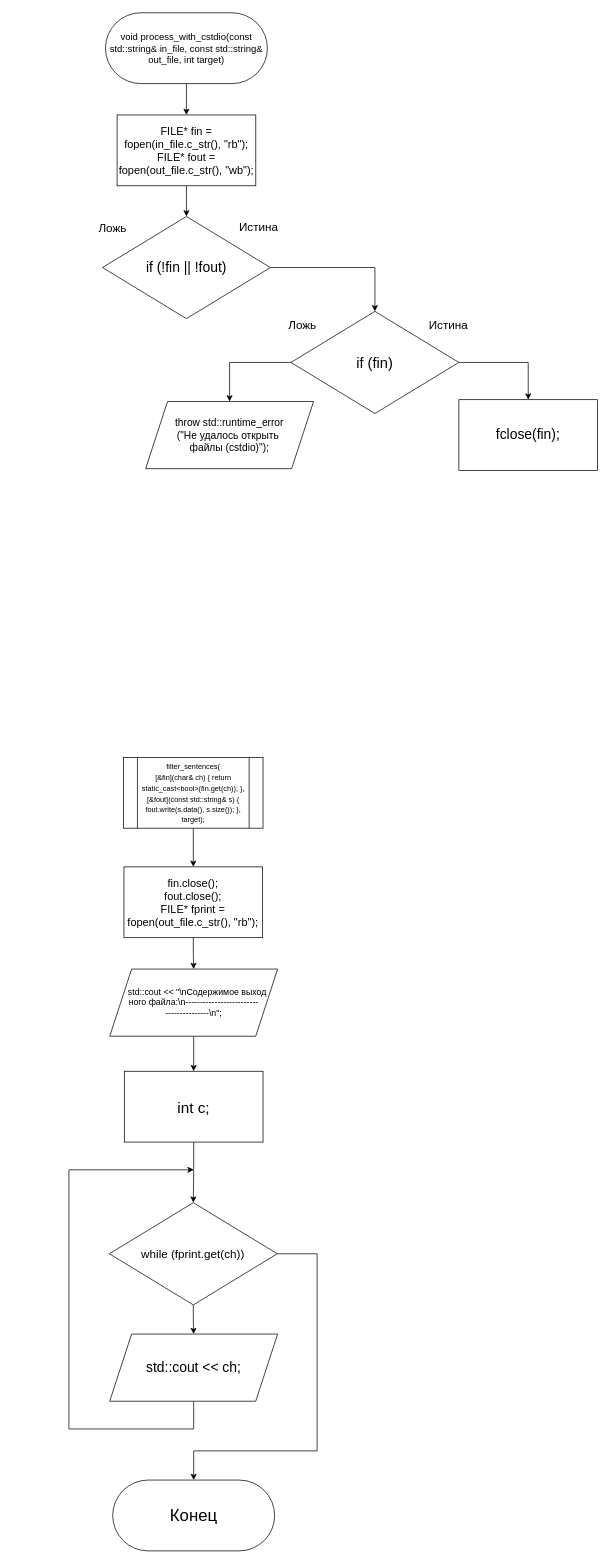
kravecila28-ops/Block-diagram_templates keeps this draw.io diagram as LAB8_process_with_cstdio.drawio. Above is the earlier version. Source tidied: cells renumbered, new cells numbered last; positions are measured from the earlier drawing's top-left corner, leaving out a move shared by most shapes. Both pictures are drawn from the tidied source at 73%, with x=0, y=0 at pixel (69, 12).
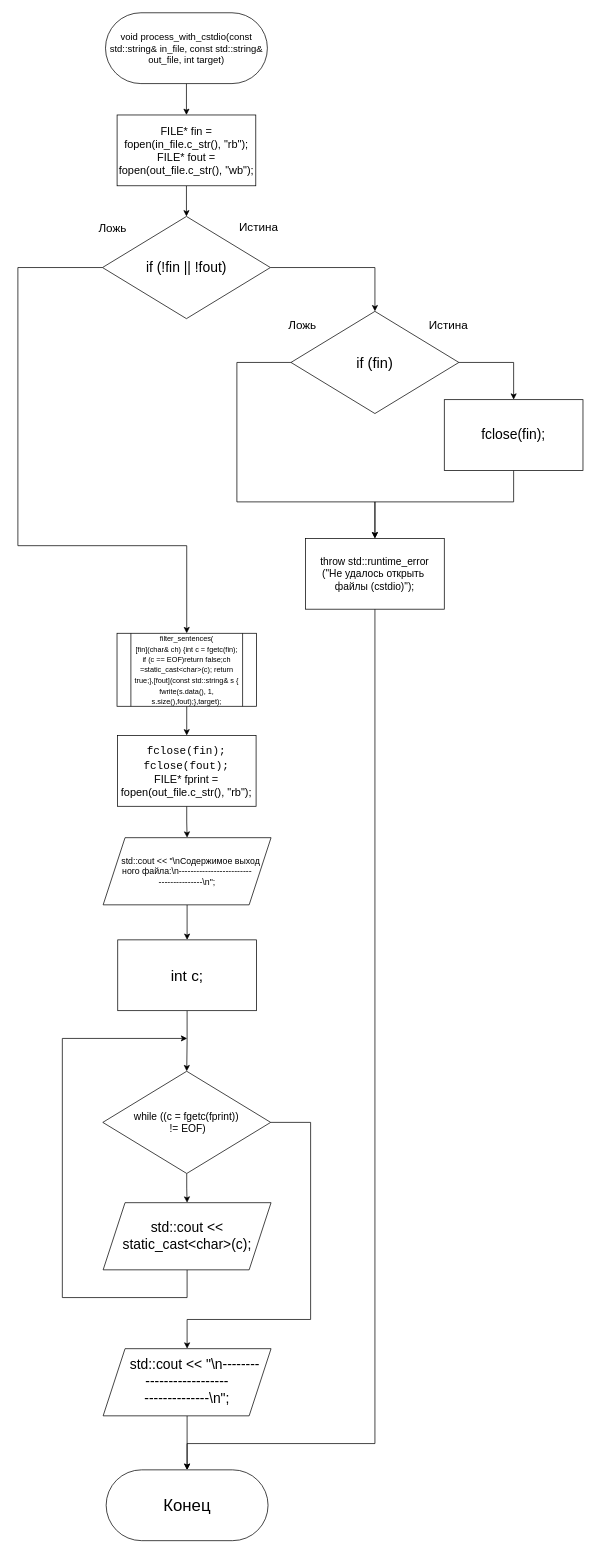
After the change.

Unchanged cells that the change refers to:
```xml
<mxCell id="3" value="&lt;span style=&quot;font-size: 13px;&quot;&gt;void process_with_cstdio(const std::string&amp;amp; in_file, const std::string&amp;amp; out_file, int target)&lt;/span&gt;" style="rounded=1;whiteSpace=wrap;html=1;arcSize=50;labelBackgroundColor=none;" parent="1" vertex="1">
  <mxGeometry x="50" width="221.8" height="97" as="geometry" />
</mxCell>
<mxCell id="5" value="&lt;div&gt;&lt;span style=&quot;font-size: 15px;&quot;&gt;FILE* fin = fopen(in_file.c_str(), &quot;rb&quot;);&lt;/span&gt;&lt;/div&gt;&lt;div&gt;&lt;span style=&quot;font-size: 15px;&quot;&gt;FILE* fout = fopen(out_file.c_str(), &quot;wb&quot;);&lt;/span&gt;&lt;/div&gt;" style="rounded=0;whiteSpace=wrap;html=1;labelBackgroundColor=none;" parent="1" vertex="1">
  <mxGeometry x="65.9" y="140" width="190" height="97" as="geometry" />
</mxCell>
<mxCell id="22" value="&lt;font style=&quot;font-size: 19px;&quot;&gt;if (!fin || !fout)&lt;/font&gt;" style="rhombus;whiteSpace=wrap;html=1;labelBackgroundColor=none;" parent="1" vertex="1">
  <mxGeometry x="45.9" y="279" width="230" height="140" as="geometry" />
</mxCell>
<mxCell id="27" value="&lt;font style=&quot;font-size: 20px;&quot;&gt;if (fin)&lt;/font&gt;" style="rhombus;whiteSpace=wrap;html=1;labelBackgroundColor=none;" parent="1" vertex="1">
  <mxGeometry x="304.1" y="409" width="230" height="140" as="geometry" />
</mxCell>
```

Change to the diagram source:
```diff
@@
-    <mxCell id="2" style="edgeStyle=orthogonalEdgeStyle;rounded=0;jettySize=auto;html=1;exitX=0.5;exitY=1;exitDx=0;exitDy=0;entryX=0.5;entryY=0;entryDx=0;entryDy=0;" parent="1" edge="1" source="3" target="5">
+    <mxCell id="2" style="edgeStyle=orthogonalEdgeStyle;rounded=0;jettySize=auto;html=1;exitX=0.5;exitY=1;exitDx=0;exitDy=0;entryX=0.5;entryY=0;entryDx=0;entryDy=0;labelBackgroundColor=none;fontColor=default;" parent="1" edge="1" source="3" target="5">
       <mxGeometry relative="1" as="geometry" />
     </mxCell>
@@
-    <mxCell id="4" style="edgeStyle=orthogonalEdgeStyle;rounded=0;jettySize=auto;html=1;exitX=0.5;exitY=1;exitDx=0;exitDy=0;entryX=0.5;entryY=0;entryDx=0;entryDy=0;" parent="1" edge="1" source="5" target="22">
+    <mxCell id="4" style="edgeStyle=orthogonalEdgeStyle;rounded=0;jettySize=auto;html=1;exitX=0.5;exitY=1;exitDx=0;exitDy=0;entryX=0.5;entryY=0;entryDx=0;entryDy=0;labelBackgroundColor=none;fontColor=default;" parent="1" edge="1" source="5" target="22">
       <mxGeometry relative="1" as="geometry" />
     </mxCell>
@@
-    <mxCell id="6" value="&lt;font style=&quot;font-size: 14px;&quot;&gt;throw std::runtime_error&lt;/font&gt;&lt;div&gt;&lt;font style=&quot;font-size: 14px;&quot;&gt;(&quot;Не удалось открыть&amp;nbsp;&lt;/font&gt;&lt;/div&gt;&lt;div&gt;&lt;font style=&quot;font-size: 14px;&quot;&gt;файлы (cstdio)&quot;);&lt;/font&gt;&lt;/div&gt;" style="shape=parallelogram;perimeter=parallelogramPerimeter;whiteSpace=wrap;html=1;fixedSize=1;labelBackgroundColor=none;size=30;" parent="1" vertex="1">
-      <mxGeometry x="105" y="532.5" width="230" height="92" as="geometry" />
-    </mxCell>
-    <mxCell id="7" style="edgeStyle=orthogonalEdgeStyle;rounded=0;jettySize=auto;html=1;exitX=0.5;exitY=1;exitDx=0;exitDy=0;entryX=0.5;entryY=0;entryDx=0;entryDy=0;" parent="1" edge="1" source="8" target="10">
+    <mxCell id="7" style="edgeStyle=orthogonalEdgeStyle;rounded=0;jettySize=auto;html=1;exitX=0.5;exitY=1;exitDx=0;exitDy=0;entryX=0.5;entryY=0;entryDx=0;entryDy=0;labelBackgroundColor=none;fontColor=default;" parent="1" edge="1" source="8" target="10">
       <mxGeometry relative="1" as="geometry" />
     </mxCell>
-    <mxCell id="8" value="&lt;div&gt;&lt;font style=&quot;font-size: 10px;&quot;&gt;filter_sentences(&lt;/font&gt;&lt;/div&gt;&lt;div&gt;&lt;font style=&quot;font-size: 10px;&quot;&gt;[&amp;amp;fin](char&amp;amp; ch) { return static_cast&amp;lt;bool&amp;gt;(fin.get(ch)); },&lt;/font&gt;&lt;/div&gt;&lt;div&gt;&lt;font style=&quot;font-size: 10px;&quot;&gt;[&amp;amp;fout](const std::string&amp;amp; s) { fout.write(s.data(), s.size()); },&lt;/font&gt;&lt;/div&gt;&lt;div&gt;&lt;font style=&quot;font-size: 10px;&quot;&gt;target);&lt;/font&gt;&lt;/div&gt;" style="shape=process;whiteSpace=wrap;html=1;backgroundOutline=1;" parent="1" vertex="1">
-      <mxGeometry x="74.8" y="1020" width="191" height="97" as="geometry" />
+    <mxCell id="8" value="&lt;div&gt;&lt;font style=&quot;font-size: 10px;&quot;&gt;filter_sentences(&lt;/font&gt;&lt;/div&gt;&lt;div&gt;&lt;font style=&quot;font-size: 10px;&quot;&gt;[fin](char&amp;amp; ch) {int c = fgetc(fin);&lt;/font&gt;&lt;/div&gt;&lt;div&gt;&lt;font style=&quot;font-size: 10px;&quot;&gt;&lt;font style=&quot;&quot;&gt;if (c == EOF)return false;ch =static_cast&amp;lt;char&amp;gt;(c);&amp;nbsp;&lt;span style=&quot;background-color: transparent; color: light-dark(rgb(0, 0, 0), rgb(255, 255, 255));&quot;&gt;return true;},[fout](const std::string&amp;amp; s&amp;nbsp;&lt;/span&gt;&lt;/font&gt;&lt;span style=&quot;background-color: transparent; color: light-dark(rgb(0, 0, 0), rgb(255, 255, 255));&quot;&gt;{ fwrite(s.data(), 1, s.size(),fout);},&lt;/span&gt;&lt;span style=&quot;background-color: transparent; color: light-dark(rgb(0, 0, 0), rgb(255, 255, 255));&quot;&gt;target);&lt;/span&gt;&lt;/font&gt;&lt;/div&gt;" style="shape=process;whiteSpace=wrap;html=1;backgroundOutline=1;labelBackgroundColor=none;" parent="1" vertex="1">
+      <mxGeometry x="65.8" y="850" width="191" height="100" as="geometry" />
     </mxCell>
-    <mxCell id="9" style="edgeStyle=orthogonalEdgeStyle;rounded=0;jettySize=auto;html=1;exitX=0.5;exitY=1;exitDx=0;exitDy=0;entryX=0.5;entryY=0;entryDx=0;entryDy=0;" parent="1" edge="1" source="10" target="12">
+    <mxCell id="9" style="edgeStyle=orthogonalEdgeStyle;rounded=0;jettySize=auto;html=1;exitX=0.5;exitY=1;exitDx=0;exitDy=0;entryX=0.5;entryY=0;entryDx=0;entryDy=0;labelBackgroundColor=none;fontColor=default;" parent="1" edge="1" source="10" target="12">
       <mxGeometry relative="1" as="geometry" />
     </mxCell>
-    <mxCell id="10" value="&lt;div&gt;&lt;font style=&quot;font-size: 15px;&quot;&gt;fin.close();&lt;/font&gt;&lt;/div&gt;&lt;div&gt;&lt;font style=&quot;font-size: 15px;&quot;&gt;fout.close();&lt;/font&gt;&lt;/div&gt;&lt;div&gt;&lt;span style=&quot;font-size: 15px;&quot;&gt;FILE* fprint = fopen(out_file.c_str(), &quot;rb&quot;);&lt;/span&gt;&lt;/div&gt;" style="rounded=0;whiteSpace=wrap;html=1;labelBackgroundColor=none;" parent="1" vertex="1">
-      <mxGeometry x="75.3" y="1170" width="190" height="97" as="geometry" />
+    <mxCell id="10" value="&lt;div&gt;&lt;font style=&quot;font-size: 15px;&quot; face=&quot;Helvetica&quot;&gt;&lt;code style=&quot;background-color: transparent; color: light-dark(rgb(0, 0, 0), rgb(255, 255, 255));&quot;&gt;fclose(fin);&lt;/code&gt;&lt;span style=&quot;background-color: transparent; color: light-dark(rgb(0, 0, 0), rgb(255, 255, 255));&quot;&gt;&lt;br&gt;&lt;/span&gt;&lt;code style=&quot;background-color: transparent; color: light-dark(rgb(0, 0, 0), rgb(255, 255, 255));&quot;&gt;fclose(fout);&lt;/code&gt;&lt;/font&gt;&lt;/div&gt;&lt;div&gt;&lt;span style=&quot;font-size: 15px; background-color: transparent; color: light-dark(rgb(0, 0, 0), rgb(255, 255, 255));&quot;&gt;FILE* fprint = fopen(out_file.c_str(), &quot;rb&quot;);&lt;/span&gt;&lt;/div&gt;" style="rounded=0;whiteSpace=wrap;html=1;labelBackgroundColor=none;" parent="1" vertex="1">
+      <mxGeometry x="66.3" y="990" width="190" height="97" as="geometry" />
     </mxCell>
-    <mxCell id="11" style="edgeStyle=orthogonalEdgeStyle;rounded=0;jettySize=auto;html=1;exitX=0.5;exitY=1;exitDx=0;exitDy=0;entryX=0.5;entryY=0;entryDx=0;entryDy=0;" parent="1" edge="1" source="12" target="14">
+    <mxCell id="11" style="edgeStyle=orthogonalEdgeStyle;rounded=0;jettySize=auto;html=1;exitX=0.5;exitY=1;exitDx=0;exitDy=0;entryX=0.5;entryY=0;entryDx=0;entryDy=0;labelBackgroundColor=none;fontColor=default;" parent="1" edge="1" source="12" target="14">
       <mxGeometry relative="1" as="geometry" />
     </mxCell>
     <mxCell id="12" value="&amp;nbsp; &amp;nbsp;std::cout &amp;lt;&amp;lt; &quot;\nСодержимое выход&lt;div&gt;ного файла:\n-------------------------&lt;/div&gt;&lt;div&gt;---------------\n&quot;;&lt;/div&gt;" style="shape=parallelogram;perimeter=parallelogramPerimeter;whiteSpace=wrap;html=1;fixedSize=1;labelBackgroundColor=none;size=30;" parent="1" vertex="1">
-      <mxGeometry x="55.8" y="1310" width="230" height="92" as="geometry" />
+      <mxGeometry x="46.8" y="1130" width="230" height="92" as="geometry" />
     </mxCell>
-    <mxCell id="13" style="edgeStyle=orthogonalEdgeStyle;rounded=0;jettySize=auto;html=1;exitX=0.5;exitY=1;exitDx=0;exitDy=0;entryX=0.5;entryY=0;entryDx=0;entryDy=0;" parent="1" edge="1" source="14" target="17">
+    <mxCell id="13" style="edgeStyle=orthogonalEdgeStyle;rounded=0;jettySize=auto;html=1;exitX=0.5;exitY=1;exitDx=0;exitDy=0;entryX=0.5;entryY=0;entryDx=0;entryDy=0;labelBackgroundColor=none;fontColor=default;" parent="1" edge="1" source="14" target="17">
       <mxGeometry relative="1" as="geometry" />
     </mxCell>
     <mxCell id="14" value="&lt;font style=&quot;font-size: 21px;&quot;&gt;int c;&lt;/font&gt;" style="rounded=0;whiteSpace=wrap;html=1;labelBackgroundColor=none;" parent="1" vertex="1">
-      <mxGeometry x="75.8" y="1450" width="190" height="97" as="geometry" />
+      <mxGeometry x="66.8" y="1270" width="190" height="97" as="geometry" />
     </mxCell>
-    <mxCell id="15" style="edgeStyle=orthogonalEdgeStyle;rounded=0;jettySize=auto;html=1;exitX=0.5;exitY=1;exitDx=0;exitDy=0;entryX=0.5;entryY=0;entryDx=0;entryDy=0;" parent="1" edge="1" source="17" target="19">
+    <mxCell id="15" style="edgeStyle=orthogonalEdgeStyle;rounded=0;jettySize=auto;html=1;exitX=0.5;exitY=1;exitDx=0;exitDy=0;entryX=0.5;entryY=0;entryDx=0;entryDy=0;labelBackgroundColor=none;fontColor=default;" parent="1" edge="1" source="17" target="19">
       <mxGeometry relative="1" as="geometry" />
     </mxCell>
-    <mxCell id="16" style="edgeStyle=orthogonalEdgeStyle;rounded=0;jettySize=auto;html=1;exitX=1;exitY=0.5;exitDx=0;exitDy=0;entryX=0.5;entryY=0;entryDx=0;entryDy=0;" parent="1" edge="1" source="17" target="20">
+    <mxCell id="16" style="edgeStyle=orthogonalEdgeStyle;rounded=0;jettySize=auto;html=1;exitX=1;exitY=0.5;exitDx=0;exitDy=0;entryX=0.5;entryY=0;entryDx=0;entryDy=0;labelBackgroundColor=none;fontColor=default;" parent="1" edge="1" source="17" target="34">
       <mxGeometry relative="1" as="geometry">
         <Array as="points">
-          <mxPoint x="339.9" y="1700" />
-          <mxPoint x="339.9" y="1970" />
-          <mxPoint x="170.9" y="1970" />
+          <mxPoint x="331" y="1520" />
+          <mxPoint x="331" y="1790" />
+          <mxPoint x="161" y="1790" />
         </Array>
       </mxGeometry>
     </mxCell>
-    <mxCell id="17" value="&lt;span style=&quot;font-size: 16px;&quot;&gt;while (fprint.get(ch))&lt;/span&gt;" style="rhombus;whiteSpace=wrap;html=1;labelBackgroundColor=none;" parent="1" vertex="1">
-      <mxGeometry x="55.3" y="1630" width="230" height="140" as="geometry" />
+    <mxCell id="17" value="&lt;font style=&quot;font-size: 14px;&quot;&gt;while ((c = fgetc(fprint))&lt;/font&gt;&lt;div&gt;&lt;font style=&quot;font-size: 14px;&quot;&gt;&amp;nbsp;!= EOF)&lt;/font&gt;&lt;/div&gt;" style="rhombus;whiteSpace=wrap;html=1;labelBackgroundColor=none;" parent="1" vertex="1">
+      <mxGeometry x="46.3" y="1450" width="230" height="140" as="geometry" />
     </mxCell>
-    <mxCell id="18" style="edgeStyle=orthogonalEdgeStyle;rounded=0;jettySize=auto;html=1;exitX=0.5;exitY=1;exitDx=0;exitDy=0;entryX=0;entryY=0.5;entryDx=0;entryDy=0;" parent="1" edge="1" source="19">
+    <mxCell id="18" style="edgeStyle=orthogonalEdgeStyle;rounded=0;jettySize=auto;html=1;exitX=0.5;exitY=1;exitDx=0;exitDy=0;entryX=0;entryY=0.5;entryDx=0;entryDy=0;labelBackgroundColor=none;fontColor=default;" parent="1" edge="1" source="19">
       <mxGeometry relative="1" as="geometry">
-        <mxPoint x="170.9" y="1585" as="targetPoint" />
+        <mxPoint x="161.9" y="1405" as="targetPoint" />
         <Array as="points">
-          <mxPoint x="170.9" y="1940" />
-          <mxPoint x="-0.1" y="1940" />
-          <mxPoint x="-0.1" y="1585" />
+          <mxPoint x="161.9" y="1760" />
+          <mxPoint x="-9.1" y="1760" />
+          <mxPoint x="-9.1" y="1405" />
         </Array>
       </mxGeometry>
     </mxCell>
-    <mxCell id="19" value="&lt;font style=&quot;font-size: 19px;&quot;&gt;std::cout &amp;lt;&amp;lt; ch;&lt;/font&gt;" style="shape=parallelogram;perimeter=parallelogramPerimeter;whiteSpace=wrap;html=1;fixedSize=1;labelBackgroundColor=none;size=30;" parent="1" vertex="1">
-      <mxGeometry x="55.8" y="1810" width="230" height="92" as="geometry" />
+    <mxCell id="19" value="&lt;span style=&quot;font-size: 19px;&quot;&gt;std::cout &amp;lt;&amp;lt; static_cast&amp;lt;char&amp;gt;(c);&lt;/span&gt;" style="shape=parallelogram;perimeter=parallelogramPerimeter;whiteSpace=wrap;html=1;fixedSize=1;labelBackgroundColor=none;size=30;" parent="1" vertex="1">
+      <mxGeometry x="46.8" y="1630" width="230" height="92" as="geometry" />
     </mxCell>
-    <mxCell id="20" value="&lt;font style=&quot;font-size: 23px;&quot;&gt;Конец&lt;/font&gt;" style="rounded=1;whiteSpace=wrap;html=1;arcSize=50;labelBackgroundColor=none;" parent="1" vertex="1">
-      <mxGeometry x="59.9" y="2010" width="221.8" height="97" as="geometry" />
-    </mxCell>
-    <mxCell id="21" style="edgeStyle=orthogonalEdgeStyle;rounded=0;jettySize=auto;html=1;exitX=1;exitY=0.5;exitDx=0;exitDy=0;entryX=0.5;entryY=0;entryDx=0;entryDy=0;" parent="1" edge="1" source="22" target="27">
+    <mxCell id="21" style="edgeStyle=orthogonalEdgeStyle;rounded=0;jettySize=auto;html=1;exitX=1;exitY=0.5;exitDx=0;exitDy=0;entryX=0.5;entryY=0;entryDx=0;entryDy=0;labelBackgroundColor=none;fontColor=default;" parent="1" edge="1" source="22" target="27">
       <mxGeometry relative="1" as="geometry" />
     </mxCell>
+    <mxCell id="31" style="edgeStyle=orthogonalEdgeStyle;rounded=0;jettySize=auto;html=1;exitX=0;exitY=0.5;exitDx=0;exitDy=0;entryX=0.5;entryY=0;entryDx=0;entryDy=0;labelBackgroundColor=none;fontColor=default;" parent="1" edge="1" source="22" target="8">
+      <mxGeometry relative="1" as="geometry">
+        <Array as="points">
+          <mxPoint x="-70" y="349" />
+          <mxPoint x="-70" y="730" />
+          <mxPoint x="161" y="730" />
+        </Array>
+      </mxGeometry>
+    </mxCell>
@@
-    <mxCell id="25" style="edgeStyle=orthogonalEdgeStyle;rounded=0;jettySize=auto;html=1;exitX=1;exitY=0.5;exitDx=0;exitDy=0;entryX=0.5;entryY=0;entryDx=0;entryDy=0;" parent="1" edge="1" source="27" target="30">
+    <mxCell id="25" style="edgeStyle=orthogonalEdgeStyle;rounded=0;jettySize=auto;html=1;exitX=1;exitY=0.5;exitDx=0;exitDy=0;entryX=0.5;entryY=0;entryDx=0;entryDy=0;labelBackgroundColor=none;fontColor=default;" parent="1" edge="1" source="27" target="30">
       <mxGeometry relative="1" as="geometry" />
     </mxCell>
-    <mxCell id="26" style="edgeStyle=orthogonalEdgeStyle;rounded=0;jettySize=auto;html=1;exitX=0;exitY=0.5;exitDx=0;exitDy=0;entryX=0.5;entryY=0;entryDx=0;entryDy=0;" parent="1" edge="1" source="27" target="6">
-      <mxGeometry relative="1" as="geometry" />
+    <mxCell id="26" style="edgeStyle=orthogonalEdgeStyle;rounded=0;jettySize=auto;html=1;exitX=0;exitY=0.5;exitDx=0;exitDy=0;entryX=0.5;entryY=0;entryDx=0;entryDy=0;labelBackgroundColor=none;fontColor=default;" parent="1" edge="1" source="27" target="6">
+      <mxGeometry relative="1" as="geometry">
+        <Array as="points">
+          <mxPoint x="230" y="479" />
+          <mxPoint x="230" y="670" />
+          <mxPoint x="419" y="670" />
+        </Array>
+      </mxGeometry>
     </mxCell>
@@
+    <mxCell id="32" style="edgeStyle=orthogonalEdgeStyle;rounded=0;jettySize=auto;html=1;exitX=0.5;exitY=1;exitDx=0;exitDy=0;entryX=0.5;entryY=0;entryDx=0;entryDy=0;" parent="1" edge="1" source="30" target="6">
+      <mxGeometry relative="1" as="geometry">
+        <Array as="points">
+          <mxPoint x="609" y="670" />
+          <mxPoint x="419" y="670" />
+        </Array>
+      </mxGeometry>
+    </mxCell>
     <mxCell id="30" value="&lt;font style=&quot;font-size: 19px;&quot;&gt;fclose(fin);&lt;/font&gt;" style="rounded=0;whiteSpace=wrap;html=1;labelBackgroundColor=none;" parent="1" vertex="1">
-      <mxGeometry x="534.1" y="530" width="190" height="97" as="geometry" />
+      <mxGeometry x="514.1" y="530" width="190" height="97" as="geometry" />
     </mxCell>
+    <mxCell id="33" style="edgeStyle=orthogonalEdgeStyle;rounded=0;jettySize=auto;html=1;exitX=0.5;exitY=1;exitDx=0;exitDy=0;entryX=0.5;entryY=0;entryDx=0;entryDy=0;labelBackgroundColor=none;fontColor=default;" parent="1" edge="1" source="34" target="20">
+      <mxGeometry relative="1" as="geometry" />
+    </mxCell>
+    <mxCell id="34" value="&lt;span style=&quot;font-size: 19px;&quot;&gt;&amp;nbsp; &amp;nbsp; std::cout &amp;lt;&amp;lt; &quot;\n--------&lt;/span&gt;&lt;div&gt;&lt;span style=&quot;font-size: 19px;&quot;&gt;------------------&lt;/span&gt;&lt;/div&gt;&lt;div&gt;&lt;span style=&quot;font-size: 19px;&quot;&gt;--------------\n&quot;;&lt;/span&gt;&lt;/div&gt;" style="shape=parallelogram;perimeter=parallelogramPerimeter;whiteSpace=wrap;html=1;fixedSize=1;labelBackgroundColor=none;size=30;" parent="1" vertex="1">
+      <mxGeometry x="46.8" y="1830" width="230" height="92" as="geometry" />
+    </mxCell>
+    <mxCell id="20" value="&lt;font style=&quot;font-size: 23px;&quot;&gt;Конец&lt;/font&gt;" style="rounded=1;whiteSpace=wrap;html=1;arcSize=50;labelBackgroundColor=none;" parent="1" vertex="1">
+      <mxGeometry x="50.9" y="1996" width="221.8" height="97" as="geometry" />
+    </mxCell>
+    <mxCell id="35" style="edgeStyle=orthogonalEdgeStyle;rounded=0;jettySize=auto;html=1;exitX=0.5;exitY=1;exitDx=0;exitDy=0;entryX=0.5;entryY=0;entryDx=0;entryDy=0;" parent="1" edge="1" source="6" target="20">
+      <mxGeometry relative="1" as="geometry">
+        <Array as="points">
+          <mxPoint x="419" y="1960" />
+          <mxPoint x="162" y="1960" />
+        </Array>
+      </mxGeometry>
+    </mxCell>
+    <mxCell id="6" value="&lt;font style=&quot;font-size: 14px;&quot;&gt;throw std::runtime_error&lt;/font&gt;&lt;div&gt;&lt;font style=&quot;font-size: 14px;&quot;&gt;(&quot;Не удалось открыть&amp;nbsp;&lt;/font&gt;&lt;/div&gt;&lt;div&gt;&lt;font style=&quot;font-size: 14px;&quot;&gt;файлы (cstdio)&quot;);&lt;/font&gt;&lt;/div&gt;" style="rounded=0;whiteSpace=wrap;html=1;labelBackgroundColor=none;" parent="1" vertex="1">
+      <mxGeometry x="324.1" y="720" width="190" height="97" as="geometry" />
+    </mxCell>
```
